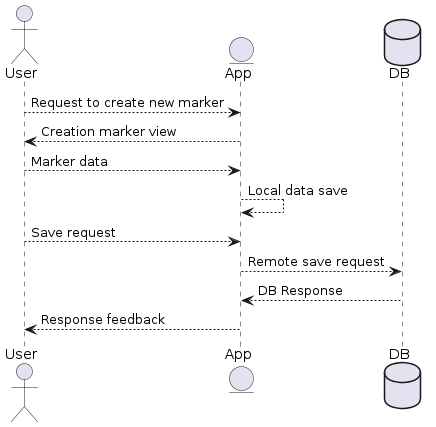
Arquisoft/lomap_es4a keeps this PlantUML diagram as images/Sequence diagram3.png. Above is the earlier version.
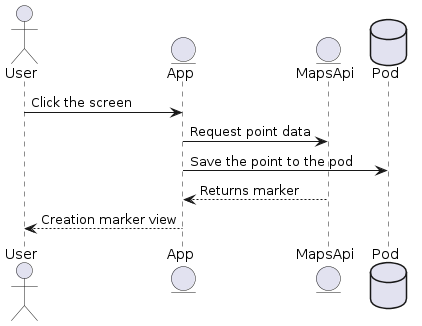
The same file after the commit.

Diff of the diagram source:
```diff
@@ -1,13 +1,13 @@
 @startuml
+
 actor User
 entity App
-database Pod as "DB"
-User --> App: Request to create new marker
+entity MapsApi
+database Pod
+
+User -> App: Click the screen
+App -> MapsApi: Request point data
+App -> Pod: Save the point to the pod
+MapsApi --> App: Returns marker
 App --> User: Creation marker view
-User --> App: Marker data
-App -->App:Local data save
-User -->App: Save request
-App--> Pod: Remote save request
-Pod --> App: DB Response
-App --> User: Response feedback
 @enduml
```
